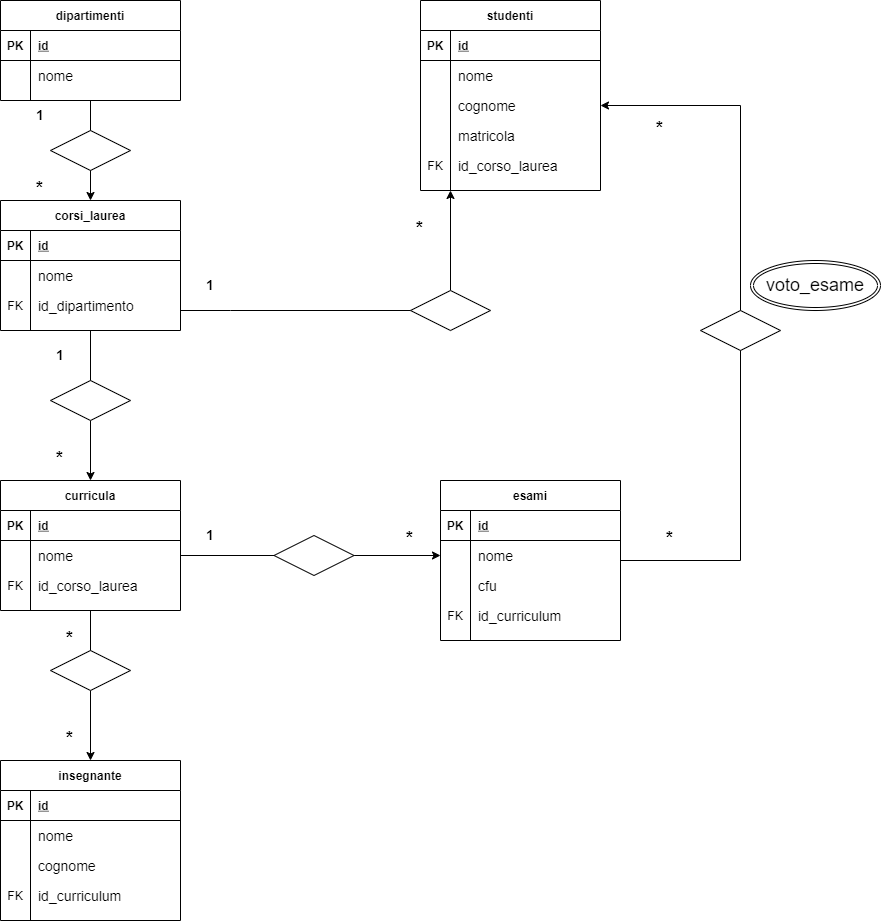
This is db-university-e-r.png from enricopaol/db-university, a draw.io export, as it was before one commit. Source tidied: cells renumbered, new cells last; positions are measured from the earlier drawing's top-left corner, leaving out a move shared by most shapes.
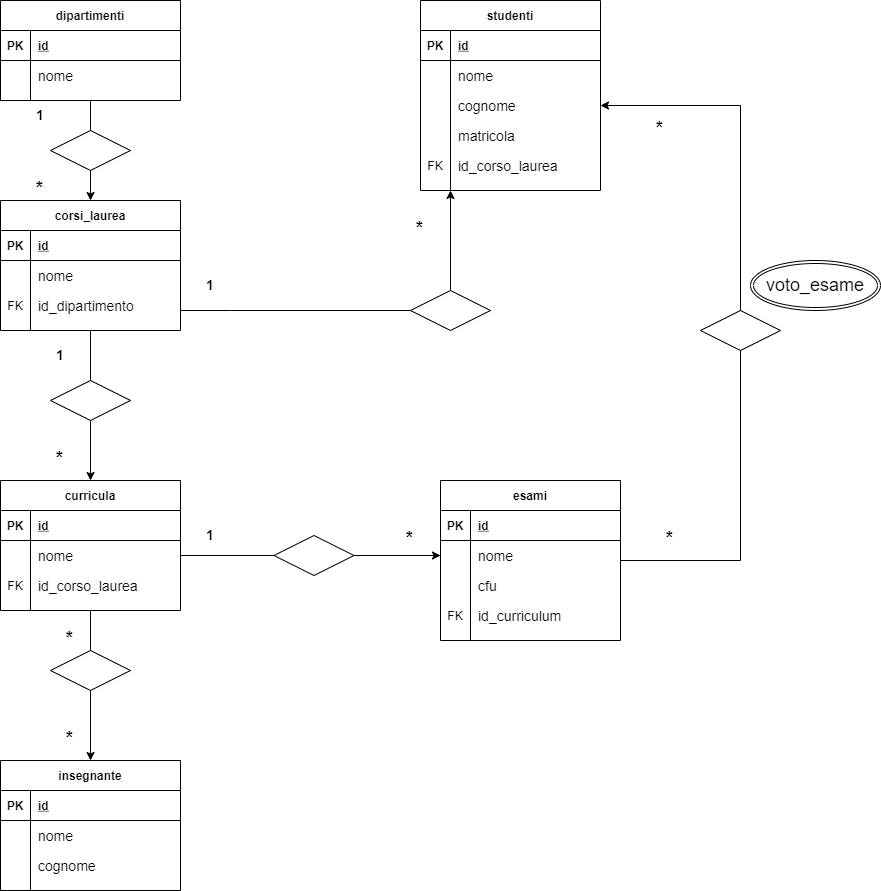
After the change.

Commit message:
corretto errore

The edit, as a diff of the source:
```diff
@@ -230,7 +230,7 @@
       <mxGeometry x="400" y="520" width="40" height="30" as="geometry" />
     </mxCell>
     <mxCell id="76" value="insegnante" style="shape=table;startSize=30;rowLines=0;fontStyle=1;align=center;" parent="1" vertex="1">
-      <mxGeometry y="760" width="180" height="160" as="geometry" />
+      <mxGeometry y="760" width="180" height="130" as="geometry" />
     </mxCell>
     <mxCell id="77" style="shape=partialRectangle;fillColor=none;top=0;left=0;bottom=1;right=0;" parent="76" vertex="1">
       <mxGeometry y="30" width="180" height="30" as="geometry" />
@@ -259,15 +259,6 @@
     <mxCell id="85" value="cognome" style="shape=partialRectangle;fillColor=none;top=0;left=0;bottom=0;right=0;align=left;spacingLeft=6;overflow=hidden;fontSize=14;" parent="83" vertex="1">
       <mxGeometry x="30" width="150" height="30" as="geometry" />
     </mxCell>
-    <mxCell id="86" style="shape=partialRectangle;fillColor=none;top=0;left=0;bottom=0;right=0;" parent="76" vertex="1">
-      <mxGeometry y="120" width="180" height="30" as="geometry" />
-    </mxCell>
-    <mxCell id="87" value="FK" style="shape=partialRectangle;fillColor=none;top=0;left=0;bottom=0;right=0;overflow=hidden;" parent="86" vertex="1">
-      <mxGeometry width="30" height="30" as="geometry" />
-    </mxCell>
-    <mxCell id="88" value="id_curriculum" style="shape=partialRectangle;fillColor=none;top=0;left=0;bottom=0;right=0;align=left;spacingLeft=6;overflow=hidden;fontSize=14;" parent="86" vertex="1">
-      <mxGeometry x="30" width="150" height="30" as="geometry" />
-    </mxCell>
     <mxCell id="89" style="shape=rhombus;perimeter=rhombusPerimeter;whiteSpace=wrap;html=1;align=center;fontSize=14;" parent="1" vertex="1">
       <mxGeometry x="50" y="650" width="80" height="40" as="geometry" />
     </mxCell>
```
